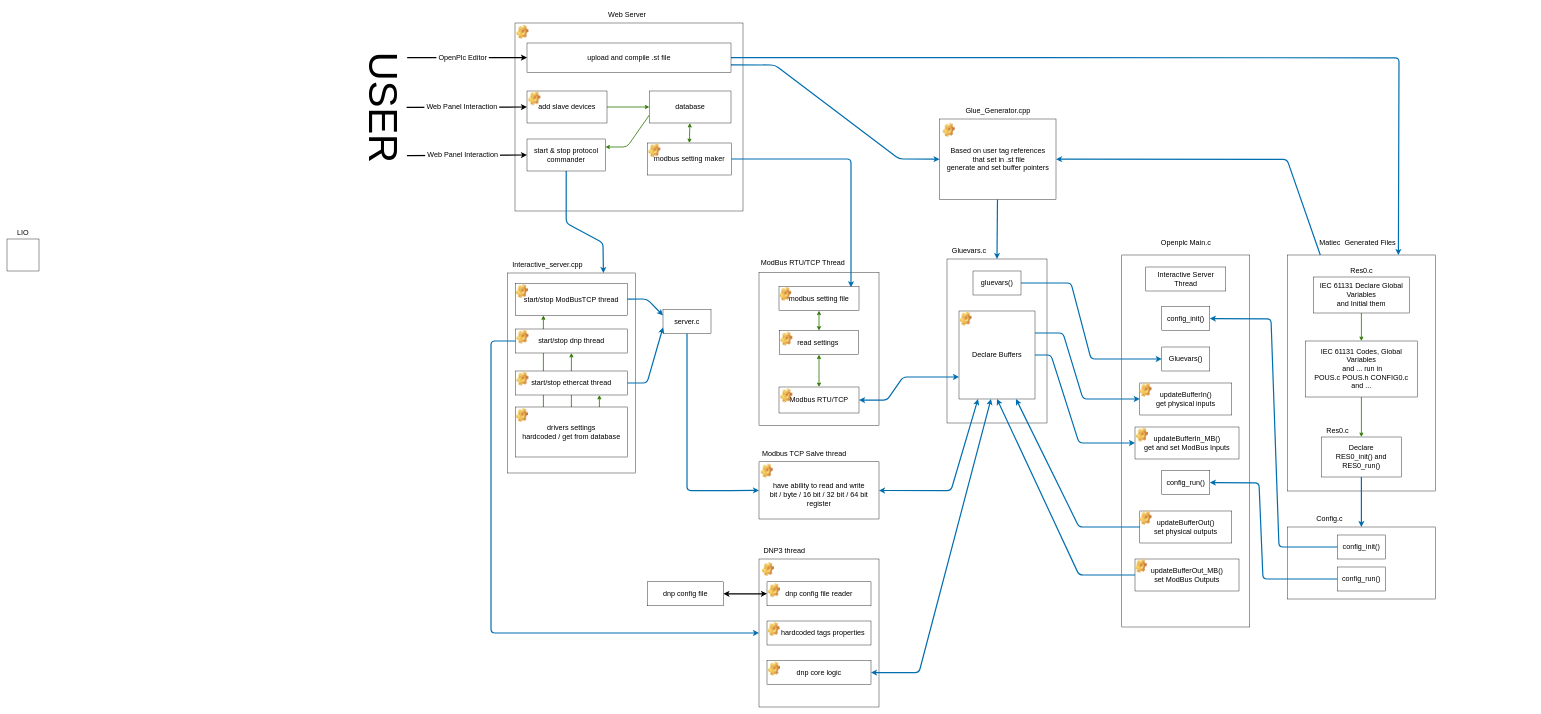
Above: webserver/openplc_diagram.drawio in AmirHosseinShiravi/OpenPLC_v3 (draw.io), before the change. Source tidied: cells renumbered, new cells numbered last; positions are measured from the earlier drawing's top-left corner, leaving out a move shared by most shapes. Both pictures are drawn from the tidied source at 40%, with x=0, y=0 at pixel (7, 7).
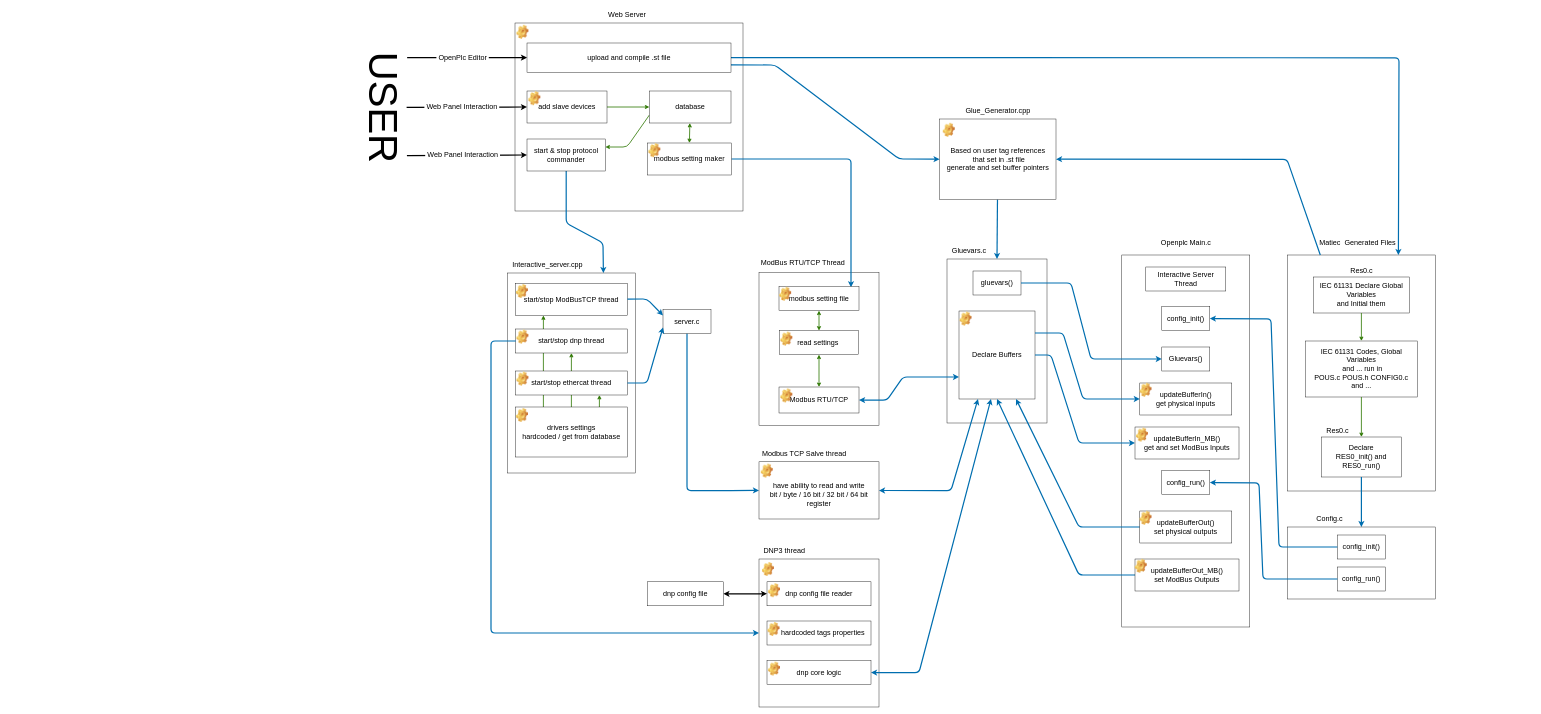
Above is the later version.

Diff of the diagram source:
```diff
@@
-    <mxCell id="10" style="group;fontSize=18;" parent="1" vertex="1">
-      <mxGeometry y="550" width="80" height="110" as="geometry" />
-    </mxCell>
-    <mxCell id="11" style="whiteSpace=wrap;html=1;fontSize=18;" parent="10" vertex="1">
-      <mxGeometry y="30" width="80" height="80" as="geometry" />
-    </mxCell>
-    <mxCell id="12" value="LIO" style="text;html=1;strokeColor=none;fillColor=none;align=center;verticalAlign=middle;whiteSpace=wrap;rounded=0;fontSize=18;" parent="10" vertex="1">
-      <mxGeometry x="10" width="60" height="30" as="geometry" />
-    </mxCell>
@@
+    <mxCell id="126" value="&amp;nbsp;" style="text;html=1;align=center;verticalAlign=middle;strokeColor=none;fillColor=none;" parent="1" vertex="1">
+      <mxGeometry x="3787.5" y="1052" width="30" height="30" as="geometry" />
+    </mxCell>
```
